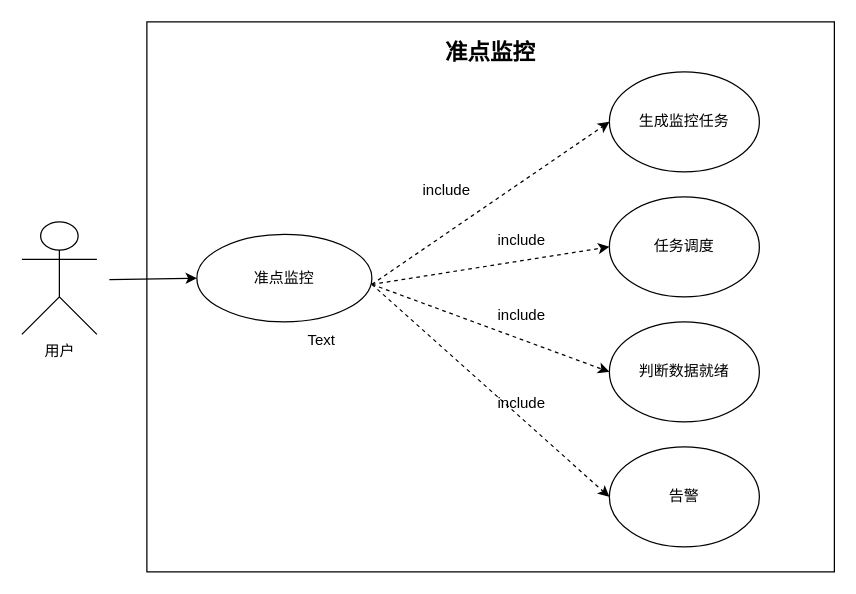
The draw.io diagram 1.4.drawio in tiankuanyu/test, before the edit. Source tidied: cells renumbered, new cells numbered last; positions are measured from the earlier drawing's top-left corner, leaving out a move shared by most shapes. Both pictures are drawn from the tidied source at 125%, with x=0, y=0 at pixel (21, 21).
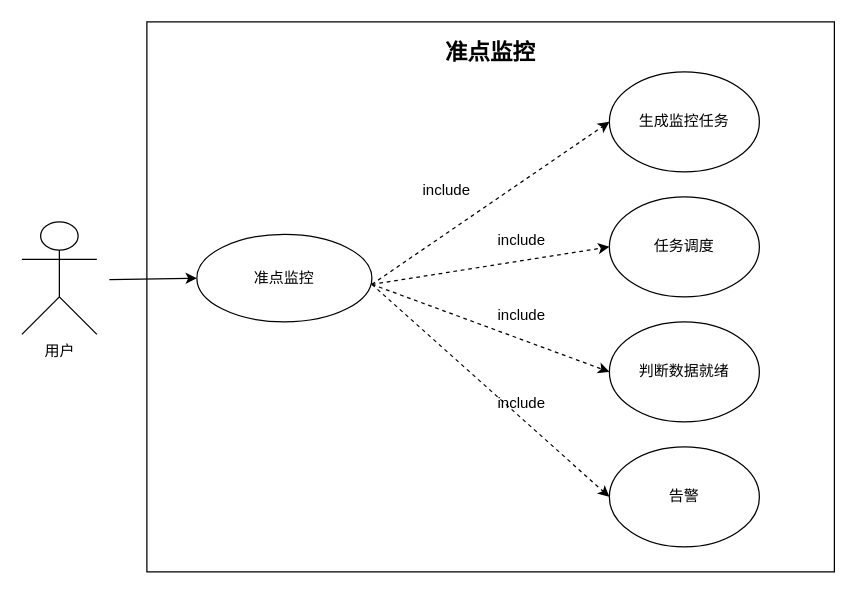
The same diagram, later.

Diff of the diagram source:
```diff
@@
-    <mxCell id="16" value="Text" style="text;html=1;align=center;verticalAlign=middle;whiteSpace=wrap;rounded=0;" parent="1" vertex="1">
-      <mxGeometry x="210" y="240" width="60" height="30" as="geometry" />
-    </mxCell>
```
